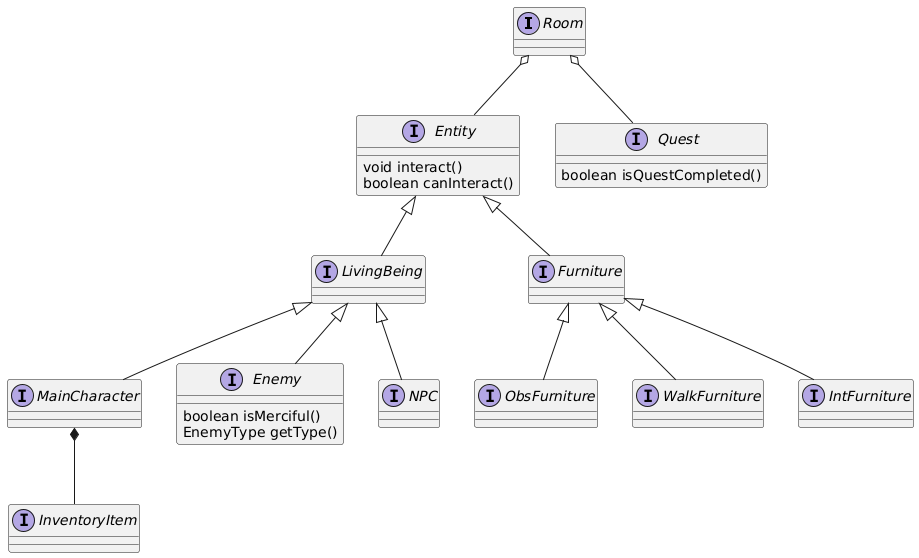
Earlier version of the PlantUML export relazione/img/model.png (KimboCoffee/OOP23-relario-prove). Source of this version:
```plantuml
@startuml
interface Room{}
interface MainCharacter {}
interface ObsFurniture {}
interface WalkFurniture {}
interface IntFurniture {}
interface Entity {
    void interact()
    boolean canInteract()
}
interface Quest {
    boolean isQuestCompleted()
}
interface Furniture {}
interface LivingBeing {}
interface Enemy {
    boolean isMerciful()
    EnemyType getType()
}
interface NPC {}
interface InventoryItem {}

ObsFurniture -up-|> Furniture
WalkFurniture -up-|> Furniture
IntFurniture -up-|> Furniture

Enemy -up-|> LivingBeing
NPC -up-|> LivingBeing
MainCharacter -up-|> LivingBeing

MainCharacter *-- InventoryItem

Furniture -up-|> Entity
LivingBeing -up-|> Entity

Room o-- Entity
Room o-- Quest
@enduml
```
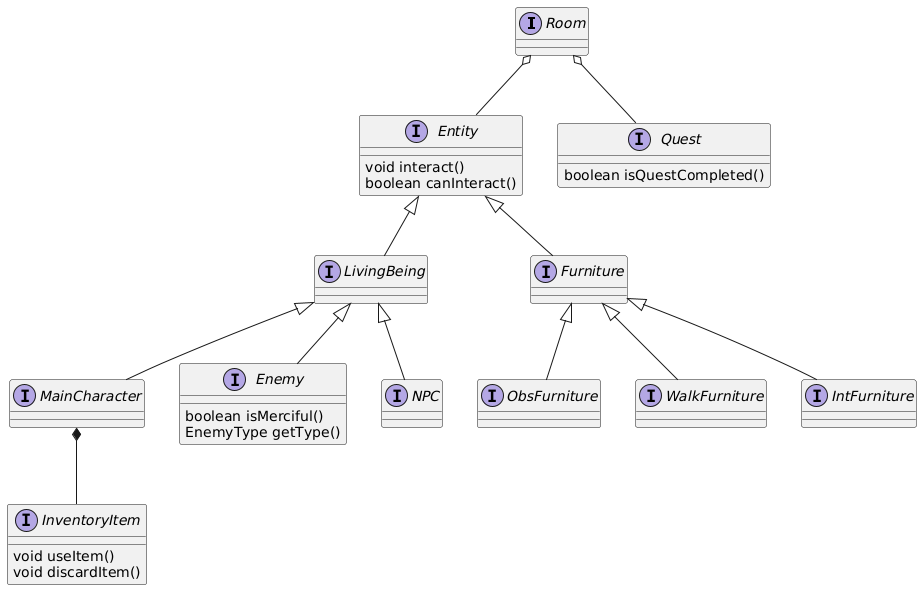
Later version of the same file.

Commit message:
Completed model analysis

Change to the diagram source:
```diff
@@ -18,7 +18,10 @@
     EnemyType getType()
 }
 interface NPC {}
-interface InventoryItem {}
+interface InventoryItem {
+    void useItem()
+    void discardItem()
+}
 
 ObsFurniture -up-|> Furniture
 WalkFurniture -up-|> Furniture
```
